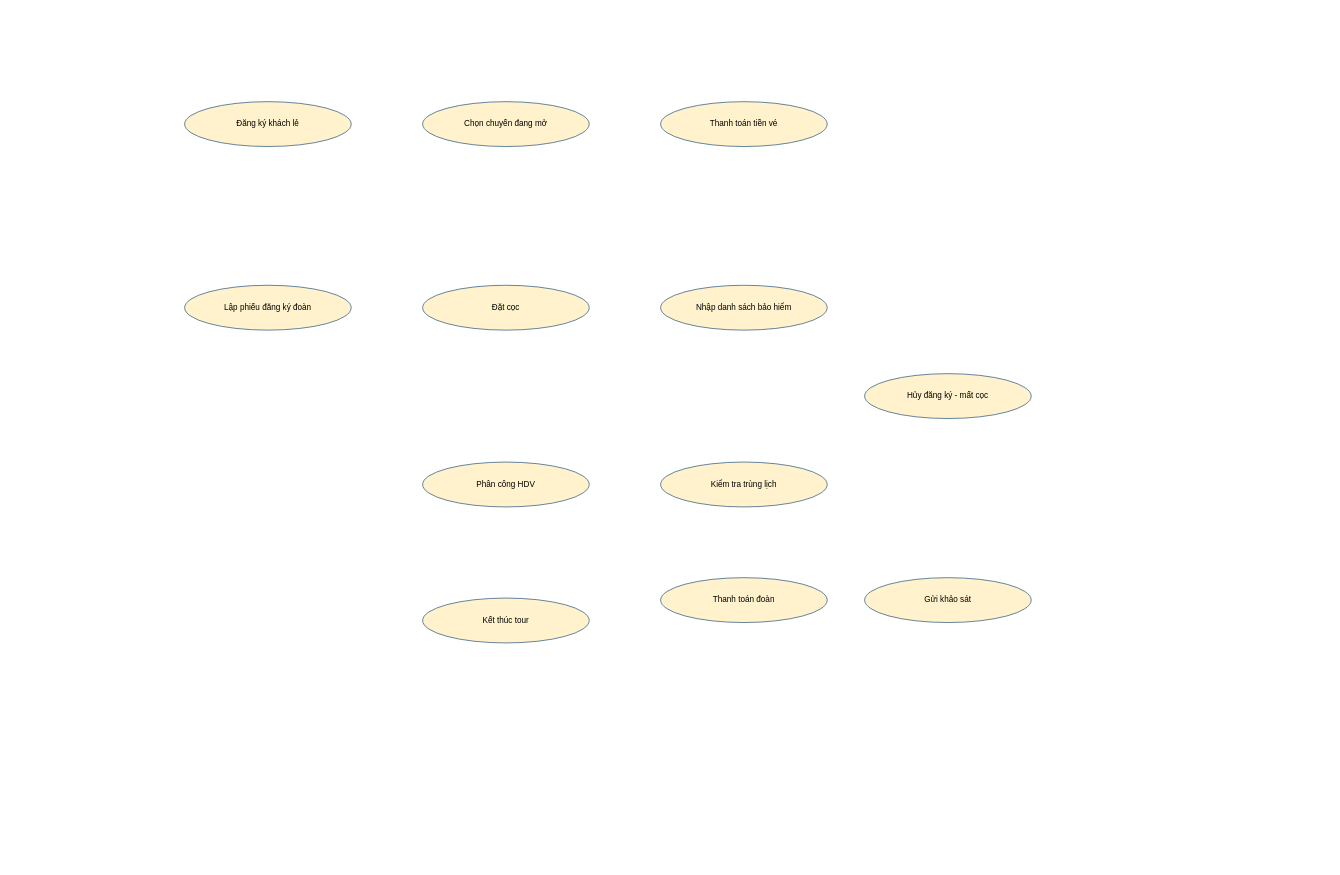
1250080044-PhamMinhGiang-12DHCNPM1/OOP-Lab keeps this draw.io diagram as page "U3 - Use Case Flow" (3 of 7) of LAB_AT_OOSD/LAB05/thietke/PhamMinhGiang-12DHCNPM1-ThietKe_Lab05.drawio. Above is the earlier version. Source tidied: cells renumbered, new cells numbered last; positions are measured from the earlier drawing's top-left corner, leaving out a move shared by most shapes. Both pictures are drawn from the tidied source at 68%, with x=0, y=0 at pixel (184, 101).
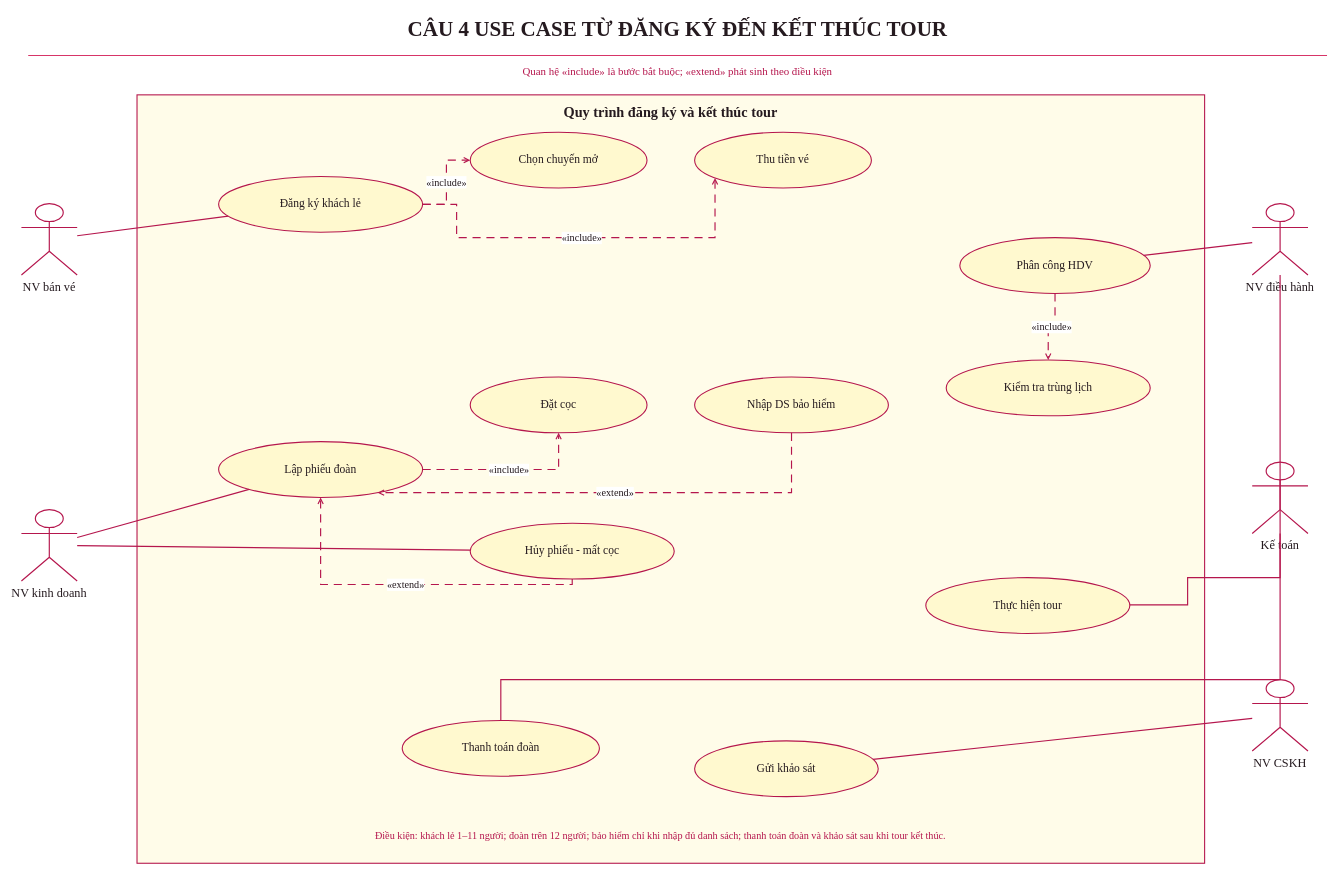
The same diagram, later.

Change to the diagram source:
```diff
@@
+    <mxCell id="14" value="CÂU 4  USE CASE TỪ ĐĂNG KÝ ĐẾN KẾT THÚC TOUR" style="text;html=1;whiteSpace=wrap;strokeColor=none;fillColor=none;fontFamily=Times New Roman;fontSize=31;fontColor=#251A1F;fontStyle=1;align=center;verticalAlign=middle;" parent="1" vertex="1">
+      <mxGeometry x="-230" y="-132" width="1910" height="49" as="geometry" />
+    </mxCell>
+    <mxCell id="15" style="edgeStyle=none;html=1;strokeColor=#D73568;strokeWidth=1.6;endArrow=none;endFill=1;fontFamily=Times New Roman;fontSize=15;fontColor=#251A1F;labelBackgroundColor=#FFFFFF;" parent="1" edge="1">
+      <mxGeometry relative="1" as="geometry">
+        <mxPoint x="-230" y="-68" as="sourcePoint" />
+        <mxPoint x="1680" y="-68" as="targetPoint" />
+      </mxGeometry>
+    </mxCell>
+    <mxCell id="16" value="Quan hệ «include» là bước bắt buộc; «extend» phát sinh theo điều kiện" style="text;html=1;whiteSpace=wrap;strokeColor=none;fillColor=none;fontFamily=Times New Roman;fontSize=16;fontColor=#B5164D;fontStyle=0;align=center;verticalAlign=middle;" parent="1" vertex="1">
+      <mxGeometry x="-230" y="-62" width="1910" height="35" as="geometry" />
+    </mxCell>
+    <mxCell id="17" style="rounded=0;arcSize=12;whiteSpace=wrap;html=1;fillColor=#FFFCE9;strokeColor=#B5164D;strokeWidth=1.6;fontFamily=Times New Roman;fontSize=18;fontColor=#251A1F;fontStyle=0;align=center;verticalAlign=middle;spacing=10;" parent="1" vertex="1">
+      <mxGeometry x="-70" y="-10" width="1570" height="1130" as="geometry" />
+    </mxCell>
+    <mxCell id="18" value="Quy trình đăng ký và kết thúc tour" style="text;html=1;whiteSpace=wrap;strokeColor=none;fillColor=none;fontFamily=Times New Roman;fontSize=21;fontColor=#251A1F;fontStyle=1;align=center;verticalAlign=middle;" parent="1" vertex="1">
+      <mxGeometry x="290" y="-5" width="850" height="42" as="geometry" />
+    </mxCell>
+    <mxCell id="19" value="NV bán vé" style="shape=umlActor;verticalLabelPosition=bottom;verticalAlign=top;fillColor=none;strokeColor=#B5164D;strokeWidth=1.7;fontFamily=Times New Roman;fontSize=18;fontColor=#251A1F;" parent="1" vertex="1">
+      <mxGeometry x="-240" y="150" width="82" height="105" as="geometry" />
+    </mxCell>
+    <mxCell id="20" value="NV kinh doanh" style="shape=umlActor;verticalLabelPosition=bottom;verticalAlign=top;fillColor=none;strokeColor=#B5164D;strokeWidth=1.7;fontFamily=Times New Roman;fontSize=18;fontColor=#251A1F;" parent="1" vertex="1">
+      <mxGeometry x="-240" y="600" width="82" height="105" as="geometry" />
+    </mxCell>
+    <mxCell id="21" value="NV điều hành" style="shape=umlActor;verticalLabelPosition=bottom;verticalAlign=top;fillColor=none;strokeColor=#B5164D;strokeWidth=1.7;fontFamily=Times New Roman;fontSize=18;fontColor=#251A1F;" parent="1" vertex="1">
+      <mxGeometry x="1570" y="150" width="82" height="105" as="geometry" />
+    </mxCell>
+    <mxCell id="22" value="Kế toán" style="shape=umlActor;verticalLabelPosition=bottom;verticalAlign=top;fillColor=none;strokeColor=#B5164D;strokeWidth=1.7;fontFamily=Times New Roman;fontSize=18;fontColor=#251A1F;" parent="1" vertex="1">
+      <mxGeometry x="1570" y="530" width="82" height="105" as="geometry" />
+    </mxCell>
+    <mxCell id="23" value="NV CSKH" style="shape=umlActor;verticalLabelPosition=bottom;verticalAlign=top;fillColor=none;strokeColor=#B5164D;strokeWidth=1.7;fontFamily=Times New Roman;fontSize=18;fontColor=#251A1F;" parent="1" vertex="1">
+      <mxGeometry x="1570" y="850" width="82" height="105" as="geometry" />
+    </mxCell>
-    <mxCell id="2" value="Đăng ký khách lẻ" style="ellipse;whiteSpace=wrap;html=1;fillColor=#FFF2CC;strokeColor=#1F4E78;" parent="1" vertex="1">
-      <mxGeometry width="245" height="66" as="geometry" />
+    <mxCell id="2" value="Đăng ký khách lẻ" style="ellipse;whiteSpace=wrap;html=1;fillColor=#FFF9CF;strokeColor=#B5164D;strokeWidth=1.6;fontFamily=Times New Roman;fontSize=17;fontColor=#251A1F;align=center;verticalAlign=middle;spacing=7;" parent="1" vertex="1">
+      <mxGeometry x="50" y="110" width="300" height="82" as="geometry" />
     </mxCell>
-    <mxCell id="3" value="Chọn chuyến đang mở" style="ellipse;whiteSpace=wrap;html=1;fillColor=#FFF2CC;strokeColor=#1F4E78;" parent="1" vertex="1">
-      <mxGeometry x="350" width="245" height="66" as="geometry" />
-    </mxCell>
-    <mxCell id="4" value="Thanh toán tiền vé" style="ellipse;whiteSpace=wrap;html=1;fillColor=#FFF2CC;strokeColor=#1F4E78;" parent="1" vertex="1">
-      <mxGeometry x="700" width="245" height="66" as="geometry" />
-    </mxCell>
-    <mxCell id="5" value="Lập phiếu đăng ký đoàn" style="ellipse;whiteSpace=wrap;html=1;fillColor=#FFF2CC;strokeColor=#1F4E78;" parent="1" vertex="1">
-      <mxGeometry y="270" width="245" height="66" as="geometry" />
-    </mxCell>
+    <mxCell id="24" value="Chọn chuyến mở" style="ellipse;whiteSpace=wrap;html=1;fillColor=#FFF9CF;strokeColor=#B5164D;strokeWidth=1.6;fontFamily=Times New Roman;fontSize=17;fontColor=#251A1F;align=center;verticalAlign=middle;spacing=7;" parent="1" vertex="1">
+      <mxGeometry x="420" y="45" width="260" height="82" as="geometry" />
+    </mxCell>
+    <mxCell id="25" value="Thu tiền vé" style="ellipse;whiteSpace=wrap;html=1;fillColor=#FFF9CF;strokeColor=#B5164D;strokeWidth=1.6;fontFamily=Times New Roman;fontSize=17;fontColor=#251A1F;align=center;verticalAlign=middle;spacing=7;" parent="1" vertex="1">
+      <mxGeometry x="750" y="45" width="260" height="82" as="geometry" />
+    </mxCell>
+    <mxCell id="26" value="Lập phiếu đoàn" style="ellipse;whiteSpace=wrap;html=1;fillColor=#FFF9CF;strokeColor=#B5164D;strokeWidth=1.6;fontFamily=Times New Roman;fontSize=17;fontColor=#251A1F;align=center;verticalAlign=middle;spacing=7;" parent="1" vertex="1">
+      <mxGeometry x="50" y="500" width="300" height="82" as="geometry" />
+    </mxCell>
-    <mxCell id="6" value="Đặt cọc" style="ellipse;whiteSpace=wrap;html=1;fillColor=#FFF2CC;strokeColor=#1F4E78;" parent="1" vertex="1">
-      <mxGeometry x="350" y="270" width="245" height="66" as="geometry" />
+    <mxCell id="6" value="Đặt cọc" style="ellipse;whiteSpace=wrap;html=1;fillColor=#FFF9CF;strokeColor=#B5164D;strokeWidth=1.6;fontFamily=Times New Roman;fontSize=17;fontColor=#251A1F;align=center;verticalAlign=middle;spacing=7;" parent="1" vertex="1">
+      <mxGeometry x="420" y="405" width="260" height="82" as="geometry" />
     </mxCell>
-    <mxCell id="7" value="Nhập danh sách bảo hiểm" style="ellipse;whiteSpace=wrap;html=1;fillColor=#FFF2CC;strokeColor=#1F4E78;" parent="1" vertex="1">
-      <mxGeometry x="700" y="270" width="245" height="66" as="geometry" />
-    </mxCell>
+    <mxCell id="27" value="Nhập DS bảo hiểm" style="ellipse;whiteSpace=wrap;html=1;fillColor=#FFF9CF;strokeColor=#B5164D;strokeWidth=1.6;fontFamily=Times New Roman;fontSize=17;fontColor=#251A1F;align=center;verticalAlign=middle;spacing=7;" parent="1" vertex="1">
+      <mxGeometry x="750" y="405" width="285" height="82" as="geometry" />
+    </mxCell>
+    <mxCell id="28" value="Hủy phiếu - mất cọc" style="ellipse;whiteSpace=wrap;html=1;fillColor=#FFF9CF;strokeColor=#B5164D;strokeWidth=1.6;fontFamily=Times New Roman;fontSize=17;fontColor=#251A1F;align=center;verticalAlign=middle;spacing=7;" parent="1" vertex="1">
+      <mxGeometry x="420" y="620" width="300" height="82" as="geometry" />
+    </mxCell>
-    <mxCell id="8" value="Phân công HDV" style="ellipse;whiteSpace=wrap;html=1;fillColor=#FFF2CC;strokeColor=#1F4E78;" parent="1" vertex="1">
-      <mxGeometry x="350" y="530" width="245" height="66" as="geometry" />
+    <mxCell id="8" value="Phân công HDV" style="ellipse;whiteSpace=wrap;html=1;fillColor=#FFF9CF;strokeColor=#B5164D;strokeWidth=1.6;fontFamily=Times New Roman;fontSize=17;fontColor=#251A1F;align=center;verticalAlign=middle;spacing=7;" parent="1" vertex="1">
+      <mxGeometry x="1140" y="200" width="280" height="82" as="geometry" />
     </mxCell>
-    <mxCell id="9" value="Kiểm tra trùng lịch" style="ellipse;whiteSpace=wrap;html=1;fillColor=#FFF2CC;strokeColor=#1F4E78;" parent="1" vertex="1">
-      <mxGeometry x="700" y="530" width="245" height="66" as="geometry" />
+    <mxCell id="9" value="Kiểm tra trùng lịch" style="ellipse;whiteSpace=wrap;html=1;fillColor=#FFF9CF;strokeColor=#B5164D;strokeWidth=1.6;fontFamily=Times New Roman;fontSize=17;fontColor=#251A1F;align=center;verticalAlign=middle;spacing=7;" parent="1" vertex="1">
+      <mxGeometry x="1120" y="380" width="300" height="82" as="geometry" />
     </mxCell>
-    <mxCell id="10" value="Kết thúc tour" style="ellipse;whiteSpace=wrap;html=1;fillColor=#FFF2CC;strokeColor=#1F4E78;" parent="1" vertex="1">
-      <mxGeometry x="350" y="730" width="245" height="66" as="geometry" />
-    </mxCell>
+    <mxCell id="29" value="Thực hiện tour" style="ellipse;whiteSpace=wrap;html=1;fillColor=#FFF9CF;strokeColor=#B5164D;strokeWidth=1.6;fontFamily=Times New Roman;fontSize=17;fontColor=#251A1F;align=center;verticalAlign=middle;spacing=7;" parent="1" vertex="1">
+      <mxGeometry x="1090" y="700" width="300" height="82" as="geometry" />
+    </mxCell>
-    <mxCell id="11" value="Thanh toán đoàn" style="ellipse;whiteSpace=wrap;html=1;fillColor=#FFF2CC;strokeColor=#1F4E78;" parent="1" vertex="1">
-      <mxGeometry x="700" y="700" width="245" height="66" as="geometry" />
+    <mxCell id="11" value="Thanh toán đoàn" style="ellipse;whiteSpace=wrap;html=1;fillColor=#FFF9CF;strokeColor=#B5164D;strokeWidth=1.6;fontFamily=Times New Roman;fontSize=17;fontColor=#251A1F;align=center;verticalAlign=middle;spacing=7;" parent="1" vertex="1">
+      <mxGeometry x="320" y="910" width="290" height="82" as="geometry" />
     </mxCell>
-    <mxCell id="12" value="Gửi khảo sát" style="ellipse;whiteSpace=wrap;html=1;fillColor=#FFF2CC;strokeColor=#1F4E78;" parent="1" vertex="1">
-      <mxGeometry x="1000" y="700" width="245" height="66" as="geometry" />
+    <mxCell id="12" value="Gửi khảo sát" style="ellipse;whiteSpace=wrap;html=1;fillColor=#FFF9CF;strokeColor=#B5164D;strokeWidth=1.6;fontFamily=Times New Roman;fontSize=17;fontColor=#251A1F;align=center;verticalAlign=middle;spacing=7;" parent="1" vertex="1">
+      <mxGeometry x="750" y="940" width="270" height="82" as="geometry" />
     </mxCell>
-    <mxCell id="13" value="Hủy đăng ký - mất cọc" style="ellipse;whiteSpace=wrap;html=1;fillColor=#FFF2CC;strokeColor=#1F4E78;" parent="1" vertex="1">
-      <mxGeometry x="1000" y="400" width="245" height="66" as="geometry" />
-    </mxCell>
+    <mxCell id="30" style="edgeStyle=orthogonalEdgeStyle;rounded=0;jettySize=auto;html=1;strokeColor=#B5164D;strokeWidth=1.7;endArrow=none;endFill=0;fontFamily=Times New Roman;fontSize=15;fontColor=#251A1F;labelBackgroundColor=#FFFFFF;edgeStyle=none;" parent="1" edge="1" source="19" target="2">
+      <mxGeometry relative="1" as="geometry" />
+    </mxCell>
+    <mxCell id="31" style="edgeStyle=orthogonalEdgeStyle;rounded=0;jettySize=auto;html=1;strokeColor=#B5164D;strokeWidth=1.7;endArrow=none;endFill=0;fontFamily=Times New Roman;fontSize=15;fontColor=#251A1F;labelBackgroundColor=#FFFFFF;edgeStyle=none;" parent="1" edge="1" source="20" target="26">
+      <mxGeometry relative="1" as="geometry" />
+    </mxCell>
+    <mxCell id="32" style="edgeStyle=orthogonalEdgeStyle;rounded=0;jettySize=auto;html=1;strokeColor=#B5164D;strokeWidth=1.7;endArrow=none;endFill=0;fontFamily=Times New Roman;fontSize=15;fontColor=#251A1F;labelBackgroundColor=#FFFFFF;edgeStyle=none;" parent="1" edge="1" source="20" target="28">
+      <mxGeometry relative="1" as="geometry" />
+    </mxCell>
+    <mxCell id="33" style="edgeStyle=orthogonalEdgeStyle;rounded=0;jettySize=auto;html=1;strokeColor=#B5164D;strokeWidth=1.7;endArrow=none;endFill=0;fontFamily=Times New Roman;fontSize=15;fontColor=#251A1F;labelBackgroundColor=#FFFFFF;edgeStyle=none;" parent="1" edge="1" source="21" target="8">
+      <mxGeometry relative="1" as="geometry" />
+    </mxCell>
+    <mxCell id="34" style="edgeStyle=orthogonalEdgeStyle;rounded=0;jettySize=auto;html=1;strokeColor=#B5164D;strokeWidth=1.7;endArrow=none;endFill=0;fontFamily=Times New Roman;fontSize=15;fontColor=#251A1F;labelBackgroundColor=#FFFFFF;" parent="1" edge="1" source="21" target="29">
+      <mxGeometry relative="1" as="geometry">
+        <Array as="points">
+          <mxPoint x="1475" y="700" />
+          <mxPoint x="1400" y="740" />
+        </Array>
+      </mxGeometry>
+    </mxCell>
+    <mxCell id="35" style="edgeStyle=orthogonalEdgeStyle;rounded=0;jettySize=auto;html=1;strokeColor=#B5164D;strokeWidth=1.7;endArrow=none;endFill=0;fontFamily=Times New Roman;fontSize=15;fontColor=#251A1F;labelBackgroundColor=#FFFFFF;" parent="1" edge="1" source="22" target="11">
+      <mxGeometry relative="1" as="geometry">
+        <Array as="points">
+          <mxPoint x="1480" y="850" />
+          <mxPoint x="630" y="850" />
+        </Array>
+      </mxGeometry>
+    </mxCell>
+    <mxCell id="36" style="edgeStyle=orthogonalEdgeStyle;rounded=0;jettySize=auto;html=1;strokeColor=#B5164D;strokeWidth=1.7;endArrow=none;endFill=0;fontFamily=Times New Roman;fontSize=15;fontColor=#251A1F;labelBackgroundColor=#FFFFFF;edgeStyle=none;" parent="1" edge="1" source="23" target="12">
+      <mxGeometry relative="1" as="geometry" />
+    </mxCell>
+    <mxCell id="37" value="«include»" style="edgeStyle=orthogonalEdgeStyle;rounded=0;jettySize=auto;html=1;strokeColor=#B5164D;strokeWidth=1.7;endArrow=open;endFill=0;fontFamily=Times New Roman;fontSize=15;fontColor=#251A1F;labelBackgroundColor=#FFFFFF;dashed=1;dashPattern=7 5;" parent="1" edge="1" source="2" target="24">
+      <mxGeometry relative="1" as="geometry" />
+    </mxCell>
+    <mxCell id="38" value="«include»" style="edgeStyle=orthogonalEdgeStyle;rounded=0;jettySize=auto;html=1;strokeColor=#B5164D;strokeWidth=1.7;endArrow=open;endFill=0;fontFamily=Times New Roman;fontSize=15;fontColor=#251A1F;labelBackgroundColor=#FFFFFF;dashed=1;dashPattern=7 5;" parent="1" edge="1" source="2" target="25">
+      <mxGeometry relative="1" as="geometry">
+        <Array as="points">
+          <mxPoint x="400" y="200" />
+          <mxPoint x="780" y="200" />
+        </Array>
+      </mxGeometry>
+    </mxCell>
+    <mxCell id="39" value="«include»" style="edgeStyle=orthogonalEdgeStyle;rounded=0;jettySize=auto;html=1;strokeColor=#B5164D;strokeWidth=1.7;endArrow=open;endFill=0;fontFamily=Times New Roman;fontSize=15;fontColor=#251A1F;labelBackgroundColor=#FFFFFF;dashed=1;dashPattern=7 5;" parent="1" edge="1" source="26" target="6">
+      <mxGeometry relative="1" as="geometry" />
+    </mxCell>
+    <mxCell id="40" value="«include»" style="edgeStyle=orthogonalEdgeStyle;rounded=0;jettySize=auto;html=1;strokeColor=#B5164D;strokeWidth=1.7;endArrow=open;endFill=0;fontFamily=Times New Roman;fontSize=15;fontColor=#251A1F;labelBackgroundColor=#FFFFFF;dashed=1;dashPattern=7 5;" parent="1" edge="1" source="8" target="9">
+      <mxGeometry relative="1" as="geometry" />
+    </mxCell>
+    <mxCell id="41" value="«extend»" style="edgeStyle=orthogonalEdgeStyle;rounded=0;jettySize=auto;html=1;strokeColor=#B5164D;strokeWidth=1.7;endArrow=open;endFill=0;fontFamily=Times New Roman;fontSize=15;fontColor=#251A1F;labelBackgroundColor=#FFFFFF;dashed=1;dashPattern=7 5;" parent="1" edge="1" source="27" target="26">
+      <mxGeometry relative="1" as="geometry">
+        <Array as="points">
+          <mxPoint x="700" y="575" />
+          <mxPoint x="385" y="575" />
+        </Array>
+      </mxGeometry>
+    </mxCell>
+    <mxCell id="42" value="«extend»" style="edgeStyle=orthogonalEdgeStyle;rounded=0;jettySize=auto;html=1;strokeColor=#B5164D;strokeWidth=1.7;endArrow=open;endFill=0;fontFamily=Times New Roman;fontSize=15;fontColor=#251A1F;labelBackgroundColor=#FFFFFF;dashed=1;dashPattern=7 5;" parent="1" edge="1" source="28" target="26">
+      <mxGeometry relative="1" as="geometry">
+        <Array as="points">
+          <mxPoint x="400" y="710" />
+          <mxPoint x="15" y="710" />
+        </Array>
+      </mxGeometry>
+    </mxCell>
+    <mxCell id="43" value="Điều kiện: khách lẻ 1–11 người; đoàn trên 12 người; bảo hiểm chỉ khi nhập đủ danh sách; thanh toán đoàn và khảo sát sau khi tour kết thúc." style="text;html=1;whiteSpace=wrap;strokeColor=none;fillColor=none;fontFamily=Times New Roman;fontSize=15;fontColor=#B5164D;fontStyle=0;align=center;verticalAlign=middle;" parent="1" vertex="1">
+      <mxGeometry x="-10" y="1060" width="1420" height="38" as="geometry" />
+    </mxCell>
```
